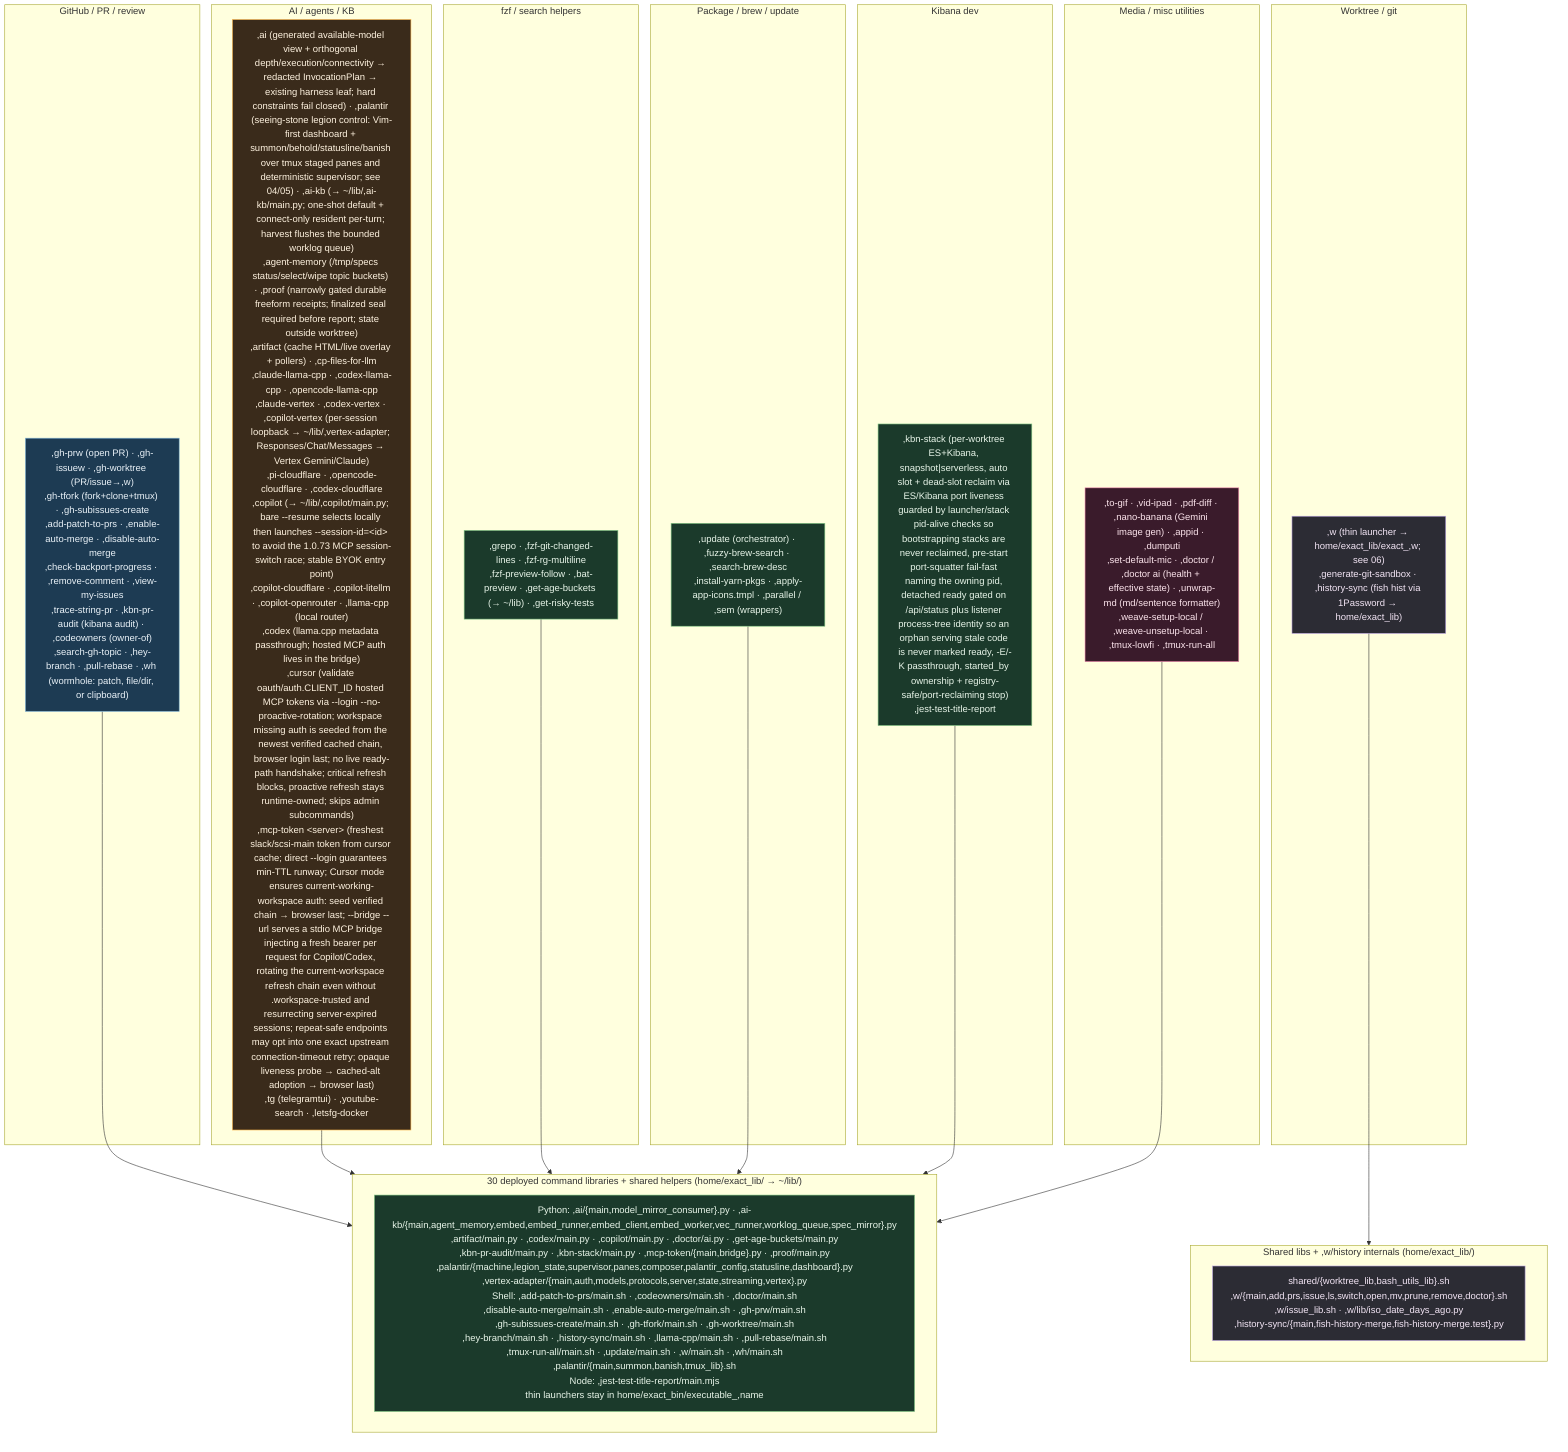
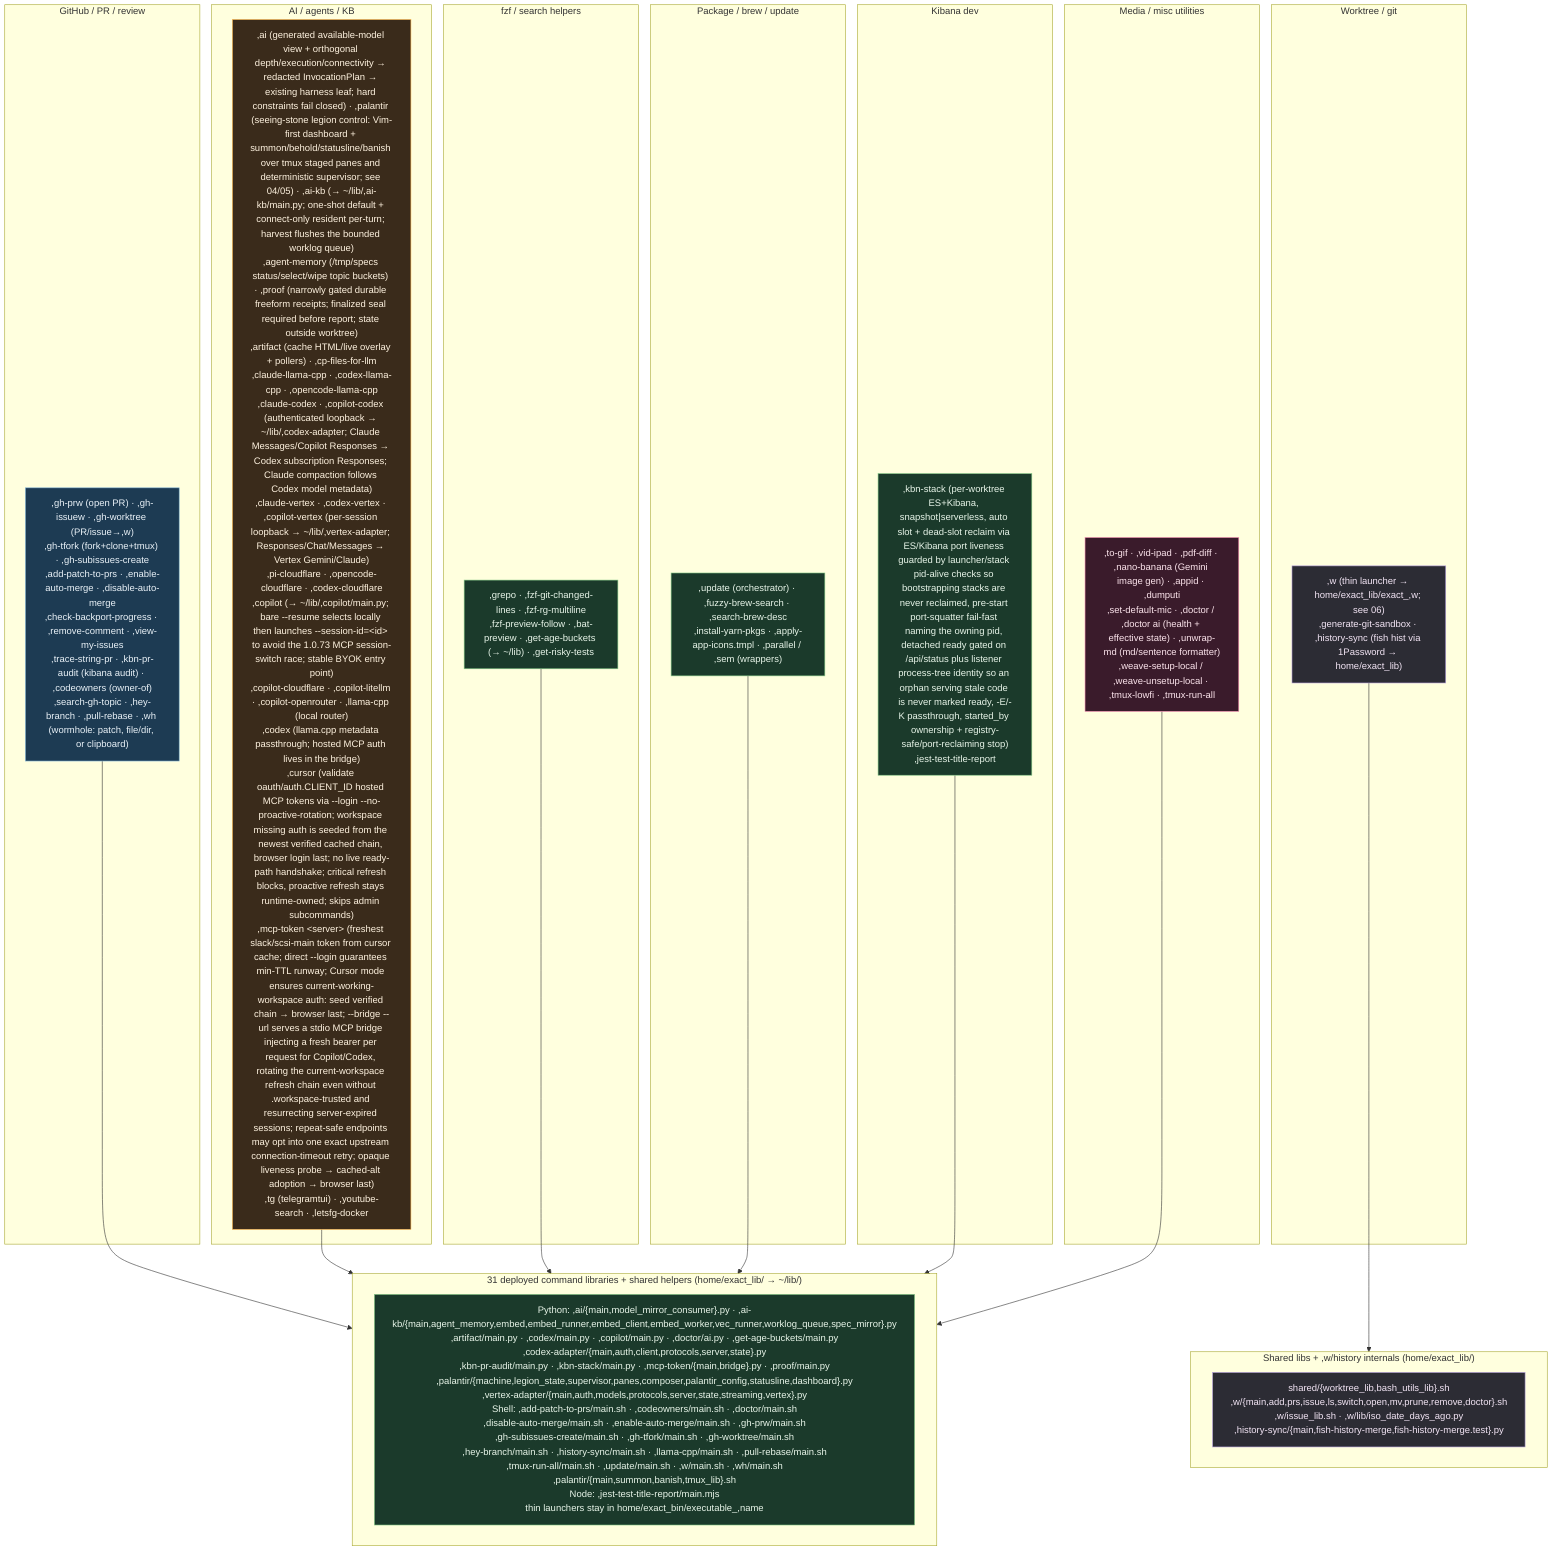
%% ============================================================================
- %% 07c-bin-commands.mmd — Every thin command in home/exact_bin/ (77 thin commands)
- %% plus deployed internals in home/exact_lib/ (75 command/shared library files).
+ %% 07c-bin-commands.mmd — Every thin command in home/exact_bin/ (79 thin commands)
+ %% plus deployed internals in home/exact_lib/ (81 command/shared library files).
%% executable_,* → ~/bin/,* (comma-prefixed user commands); home/exact_lib/exact_,name/
%% → ~/lib/,name/. verify-bin-surface keeps each command covered by fish
%% completions, docs, catalog, and non-orphaned command libraries.
%% ============================================================================
flowchart TB
    classDef gh fill:#1d3b53,stroke:#7fb3d5,color:#eaf2f8;
    classDef wt fill:#2c2c34,stroke:#b39ddb,color:#f3e5f5;
    classDef ai fill:#3a2b1b,stroke:#ffb74d,color:#fff3e0;
    classDef media fill:#3a1b2b,stroke:#f48fb1,color:#fce4ec;
    classDef sys fill:#1b3a2b,stroke:#81c784,color:#e8f5e9;

    subgraph GHC["GitHub / PR / review"]
        G[",gh-prw (open PR) · ,gh-issuew · ,gh-worktree (PR/issue→,w)<br/>,gh-tfork (fork+clone+tmux) · ,gh-subissues-create<br/>,add-patch-to-prs · ,enable-auto-merge · ,disable-auto-merge<br/>,check-backport-progress · ,remove-comment · ,view-my-issues<br/>,trace-string-pr · ,kbn-pr-audit (kibana audit) · ,codeowners (owner-of)<br/>,search-gh-topic · ,hey-branch · ,pull-rebase · ,wh (wormhole: patch, file/dir, or clipboard)"]:::gh
    end

    subgraph WTC["Worktree / git"]
        W[",w (thin launcher → home/exact_lib/exact_,w; see 06)<br/>,generate-git-sandbox · ,history-sync (fish hist via 1Password → home/exact_lib)"]:::wt
    end

    subgraph AIC["AI / agents / KB"]
-         A[",ai (generated available-model view + orthogonal depth/execution/connectivity → redacted InvocationPlan → existing harness leaf; hard constraints fail closed) · ,palantir (seeing-stone legion control: Vim-first dashboard + summon/behold/statusline/banish over tmux staged panes and deterministic supervisor; see 04/05) · ,ai-kb (→ ~/lib/,ai-kb/main.py; one-shot default + connect-only resident per-turn; harvest flushes the bounded worklog queue)<br/>,agent-memory (/tmp/specs status/select/wipe topic buckets) · ,proof (narrowly gated durable freeform receipts; finalized seal required before report; state outside worktree)<br/>,artifact (cache HTML/live overlay + pollers) · ,cp-files-for-llm<br/>,claude-llama-cpp · ,codex-llama-cpp · ,opencode-llama-cpp<br/>,claude-vertex · ,codex-vertex · ,copilot-vertex (per-session loopback → ~/lib/,vertex-adapter; Responses/Chat/Messages → Vertex Gemini/Claude)<br/>,pi-cloudflare · ,opencode-cloudflare · ,codex-cloudflare<br/>,copilot (→ ~/lib/,copilot/main.py; bare --resume selects locally then launches --session-id=&lt;id&gt; to avoid the 1.0.73 MCP session-switch race; stable BYOK entry point)<br/>,copilot-cloudflare · ,copilot-litellm · ,copilot-openrouter · ,llama-cpp (local router)<br/>,codex (llama.cpp metadata passthrough; hosted MCP auth lives in the bridge)<br/>,cursor (validate oauth/auth.CLIENT_ID hosted MCP tokens via --login --no-proactive-rotation; workspace missing auth is seeded from the newest verified cached chain, browser login last; no live ready-path handshake; critical refresh blocks, proactive refresh stays runtime-owned; skips admin subcommands)<br/>,mcp-token &lt;server&gt; (freshest slack/scsi-main token from cursor cache; direct --login guarantees min-TTL runway; Cursor mode ensures current-working-workspace auth: seed verified chain → browser last; --bridge --url serves a stdio MCP bridge injecting a fresh bearer per request for Copilot/Codex, rotating the current-workspace refresh chain even without .workspace-trusted and resurrecting server-expired sessions; repeat-safe endpoints may opt into one exact upstream connection-timeout retry; opaque liveness probe → cached-alt adoption → browser last)<br/>,tg (telegramtui) · ,youtube-search · ,letsfg-docker"]:::ai
+         A[",ai (generated available-model view + orthogonal depth/execution/connectivity → redacted InvocationPlan → existing harness leaf; hard constraints fail closed) · ,palantir (seeing-stone legion control: Vim-first dashboard + summon/behold/statusline/banish over tmux staged panes and deterministic supervisor; see 04/05) · ,ai-kb (→ ~/lib/,ai-kb/main.py; one-shot default + connect-only resident per-turn; harvest flushes the bounded worklog queue)<br/>,agent-memory (/tmp/specs status/select/wipe topic buckets) · ,proof (narrowly gated durable freeform receipts; finalized seal required before report; state outside worktree)<br/>,artifact (cache HTML/live overlay + pollers) · ,cp-files-for-llm<br/>,claude-llama-cpp · ,codex-llama-cpp · ,opencode-llama-cpp<br/>,claude-codex · ,copilot-codex (authenticated loopback → ~/lib/,codex-adapter; Claude Messages/Copilot Responses → Codex subscription Responses; Claude compaction follows Codex model metadata)<br/>,claude-vertex · ,codex-vertex · ,copilot-vertex (per-session loopback → ~/lib/,vertex-adapter; Responses/Chat/Messages → Vertex Gemini/Claude)<br/>,pi-cloudflare · ,opencode-cloudflare · ,codex-cloudflare<br/>,copilot (→ ~/lib/,copilot/main.py; bare --resume selects locally then launches --session-id=&lt;id&gt; to avoid the 1.0.73 MCP session-switch race; stable BYOK entry point)<br/>,copilot-cloudflare · ,copilot-litellm · ,copilot-openrouter · ,llama-cpp (local router)<br/>,codex (llama.cpp metadata passthrough; hosted MCP auth lives in the bridge)<br/>,cursor (validate oauth/auth.CLIENT_ID hosted MCP tokens via --login --no-proactive-rotation; workspace missing auth is seeded from the newest verified cached chain, browser login last; no live ready-path handshake; critical refresh blocks, proactive refresh stays runtime-owned; skips admin subcommands)<br/>,mcp-token &lt;server&gt; (freshest slack/scsi-main token from cursor cache; direct --login guarantees min-TTL runway; Cursor mode ensures current-working-workspace auth: seed verified chain → browser last; --bridge --url serves a stdio MCP bridge injecting a fresh bearer per request for Copilot/Codex, rotating the current-workspace refresh chain even without .workspace-trusted and resurrecting server-expired sessions; repeat-safe endpoints may opt into one exact upstream connection-timeout retry; opaque liveness probe → cached-alt adoption → browser last)<br/>,tg (telegramtui) · ,youtube-search · ,letsfg-docker"]:::ai
    end

    subgraph FZFC["fzf / search helpers"]
        F[",grepo · ,fzf-git-changed-lines · ,fzf-rg-multiline<br/>,fzf-preview-follow · ,bat-preview · ,get-age-buckets (→ ~/lib) · ,get-risky-tests"]:::sys
    end

    subgraph PKGC["Package / brew / update"]
        P[",update (orchestrator) · ,fuzzy-brew-search · ,search-brew-desc<br/>,install-yarn-pkgs · ,apply-app-icons.tmpl · ,parallel / ,sem (wrappers)"]:::sys
    end

    subgraph KBNC["Kibana dev"]
        K[",kbn-stack (per-worktree ES+Kibana, snapshot|serverless, auto slot + dead-slot reclaim via ES/Kibana port liveness guarded by launcher/stack pid-alive checks so bootstrapping stacks are never reclaimed, pre-start port-squatter fail-fast naming the owning pid, detached ready gated on /api/status plus listener process-tree identity so an orphan serving stale code is never marked ready, -E/-K passthrough, started_by ownership + registry-safe/port-reclaiming stop)<br/>,jest-test-title-report"]:::sys
    end

    subgraph MEDIA["Media / misc utilities"]
        M[",to-gif · ,vid-ipad · ,pdf-diff · ,nano-banana (Gemini image gen) · ,appid · ,dumputi<br/>,set-default-mic · ,doctor / ,doctor ai (health + effective state) · ,unwrap-md (md/sentence formatter)<br/>,weave-setup-local / ,weave-unsetup-local · ,tmux-lowfi · ,tmux-run-all"]:::media
    end

    subgraph LIBS["Shared libs + ,w/history internals (home/exact_lib/)"]
        L["shared/{worktree_lib,bash_utils_lib}.sh<br/>,w/{main,add,prs,issue,ls,switch,open,mv,prune,remove,doctor}.sh<br/>,w/issue_lib.sh · ,w/lib/iso_date_days_ago.py<br/>,history-sync/{main,fish-history-merge,fish-history-merge.test}.py"]:::wt
    end
    W --> LIBS

-     subgraph CMDLIBS["30 deployed command libraries + shared helpers (home/exact_lib/ → ~/lib/)"]
-         CL["Python: ,ai/{main,model_mirror_consumer}.py · ,ai-kb/{main,agent_memory,embed,embed_runner,embed_client,embed_worker,vec_runner,worklog_queue,spec_mirror}.py<br/>,artifact/main.py · ,codex/main.py · ,copilot/main.py · ,doctor/ai.py · ,get-age-buckets/main.py<br/>,kbn-pr-audit/main.py · ,kbn-stack/main.py · ,mcp-token/{main,bridge}.py · ,proof/main.py<br/>,palantir/{machine,legion_state,supervisor,panes,composer,palantir_config,statusline,dashboard}.py<br/>,vertex-adapter/{main,auth,models,protocols,server,state,streaming,vertex}.py<br/>Shell: ,add-patch-to-prs/main.sh · ,codeowners/main.sh · ,doctor/main.sh<br/>,disable-auto-merge/main.sh · ,enable-auto-merge/main.sh · ,gh-prw/main.sh<br/>,gh-subissues-create/main.sh · ,gh-tfork/main.sh · ,gh-worktree/main.sh<br/>,hey-branch/main.sh · ,history-sync/main.sh · ,llama-cpp/main.sh · ,pull-rebase/main.sh<br/>,tmux-run-all/main.sh · ,update/main.sh · ,w/main.sh · ,wh/main.sh<br/>,palantir/{main,summon,banish,tmux_lib}.sh<br/>Node: ,jest-test-title-report/main.mjs<br/>thin launchers stay in home/exact_bin/executable_,name"]:::sys
+     subgraph CMDLIBS["31 deployed command libraries + shared helpers (home/exact_lib/ → ~/lib/)"]
+         CL["Python: ,ai/{main,model_mirror_consumer}.py · ,ai-kb/{main,agent_memory,embed,embed_runner,embed_client,embed_worker,vec_runner,worklog_queue,spec_mirror}.py<br/>,artifact/main.py · ,codex/main.py · ,copilot/main.py · ,doctor/ai.py · ,get-age-buckets/main.py<br/>,codex-adapter/{main,auth,client,protocols,server,state}.py<br/>,kbn-pr-audit/main.py · ,kbn-stack/main.py · ,mcp-token/{main,bridge}.py · ,proof/main.py<br/>,palantir/{machine,legion_state,supervisor,panes,composer,palantir_config,statusline,dashboard}.py<br/>,vertex-adapter/{main,auth,models,protocols,server,state,streaming,vertex}.py<br/>Shell: ,add-patch-to-prs/main.sh · ,codeowners/main.sh · ,doctor/main.sh<br/>,disable-auto-merge/main.sh · ,enable-auto-merge/main.sh · ,gh-prw/main.sh<br/>,gh-subissues-create/main.sh · ,gh-tfork/main.sh · ,gh-worktree/main.sh<br/>,hey-branch/main.sh · ,history-sync/main.sh · ,llama-cpp/main.sh · ,pull-rebase/main.sh<br/>,tmux-run-all/main.sh · ,update/main.sh · ,w/main.sh · ,wh/main.sh<br/>,palantir/{main,summon,banish,tmux_lib}.sh<br/>Node: ,jest-test-title-report/main.mjs<br/>thin launchers stay in home/exact_bin/executable_,name"]:::sys
    end
    G --> CMDLIBS
    A --> CMDLIBS
    F --> CMDLIBS
    P --> CMDLIBS
    K --> CMDLIBS
    M --> CMDLIBS
